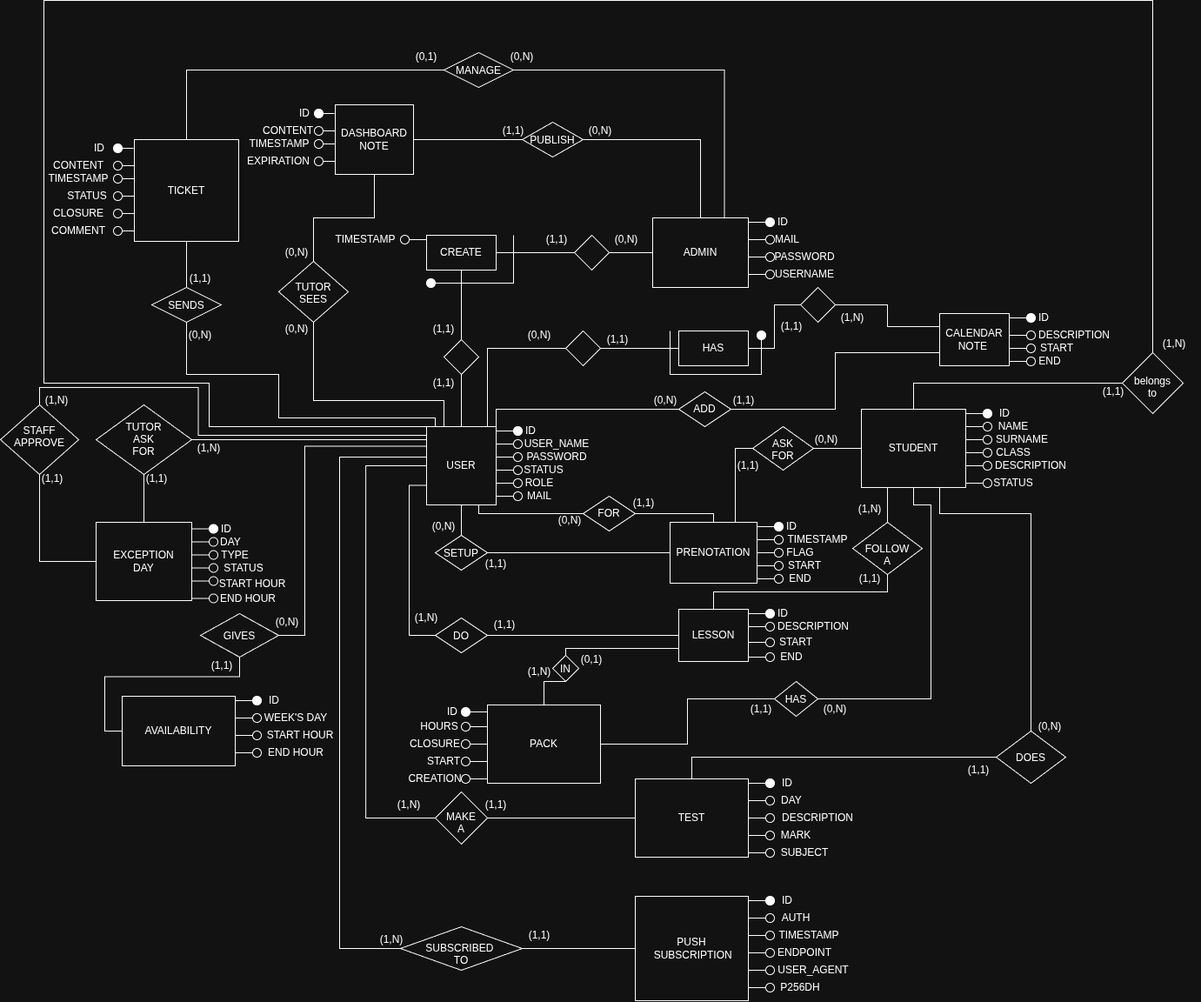
Above: docs/TUTORLY_Normal.png in SkennyCMD/Tutorly (draw.io), before the change. Source tidied: cells renumbered, new cells last; positions are measured from the earlier drawing's top-left corner, leaving out a move shared by most shapes.
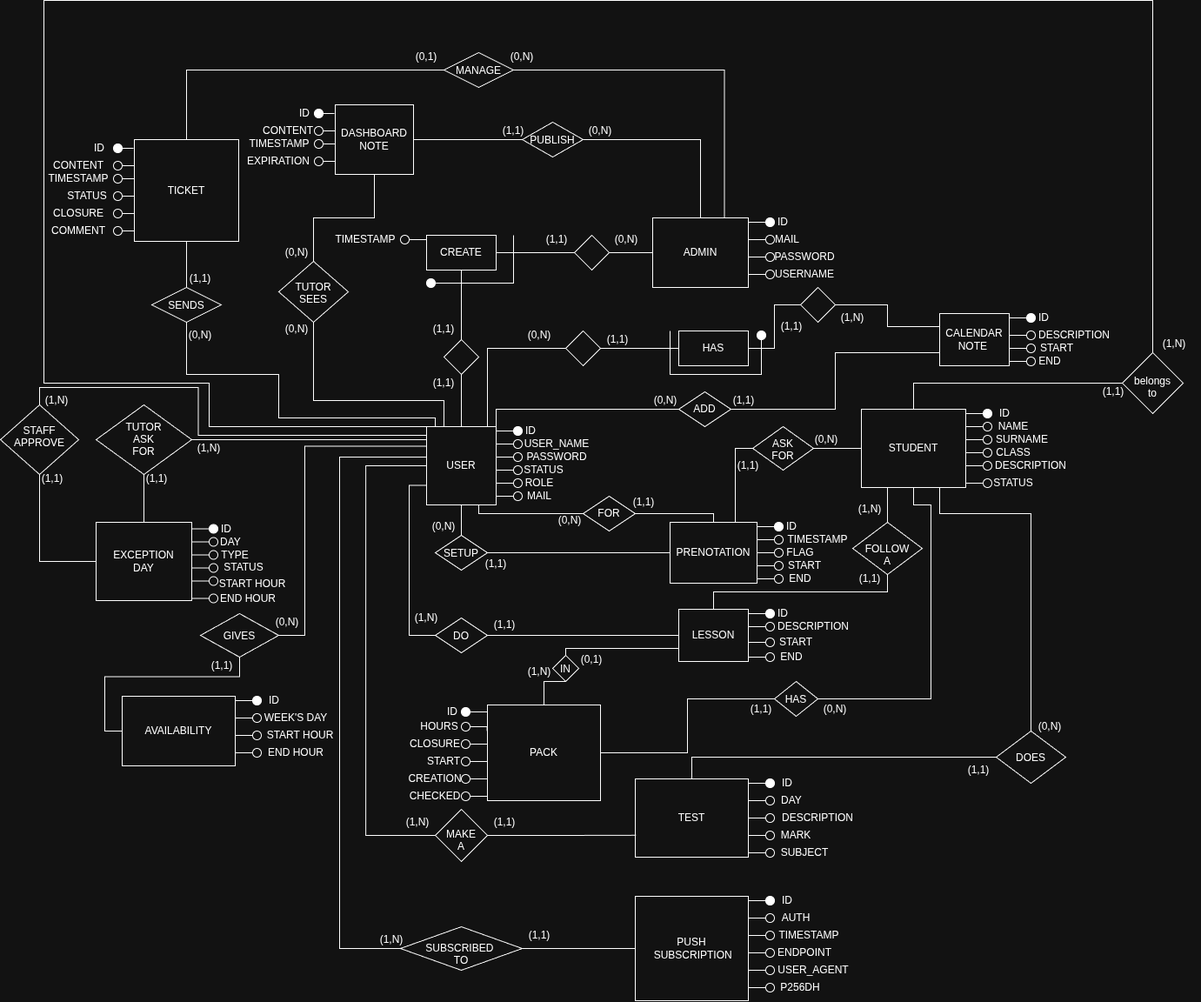
Above is the later version.

Commit message:
feat(db): add checked column to pack

Change to the diagram source:
```diff
@@ -38,7 +38,7 @@
       <mxGeometry x="-0.04" relative="1" as="geometry">
         <Array as="points">
           <mxPoint x="420.1" y="535" />
-          <mxPoint x="420.1" y="940" />
+          <mxPoint x="420.1" y="960" />
         </Array>
       </mxGeometry>
     </mxCell>
@@ -107,7 +107,7 @@
       <mxGeometry x="730" y="895" width="130" height="90" as="geometry" />
     </mxCell>
     <mxCell id="24" value="PACK" style="rounded=0;whiteSpace=wrap;html=1;" parent="1" vertex="1">
-      <mxGeometry x="560" y="810" width="130" height="90" as="geometry" />
+      <mxGeometry x="560" y="810" width="130" height="110" as="geometry" />
     </mxCell>
     <mxCell id="25" style="edgeStyle=orthogonalEdgeStyle;rounded=0;jettySize=auto;html=1;exitX=1;exitY=0.5;exitDx=0;exitDy=0;entryX=0;entryY=0.75;entryDx=0;entryDy=0;endArrow=none;endFill=0;" parent="1" edge="1" source="27" target="7">
       <mxGeometry relative="1" as="geometry" />
@@ -151,11 +151,11 @@
     <mxCell id="36" value="DO" style="rhombus;whiteSpace=wrap;html=1;shapeInside=1;" parent="1" vertex="1">
       <mxGeometry x="500" y="710" width="60" height="40" as="geometry" />
     </mxCell>
-    <mxCell id="37" style="edgeStyle=orthogonalEdgeStyle;rounded=0;jettySize=auto;html=1;exitX=1;exitY=0.5;exitDx=0;exitDy=0;entryX=0;entryY=0.5;entryDx=0;entryDy=0;endArrow=none;endFill=0;" parent="1" edge="1" source="38" target="23">
-      <mxGeometry relative="1" as="geometry" />
+    <mxCell id="37" style="edgeStyle=orthogonalEdgeStyle;rounded=0;jettySize=auto;html=1;exitX=1;exitY=0.5;exitDx=0;exitDy=0;entryX=0.007;entryY=0.72;entryDx=0;entryDy=0;endArrow=none;endFill=0;entryPerimeter=0;" parent="1" edge="1" source="38" target="23">
+      <mxGeometry x="-0.11" relative="1" as="geometry" />
     </mxCell>
     <mxCell id="38" value="MAKE A" style="rhombus;whiteSpace=wrap;html=1;shapeInside=1;" parent="1" vertex="1">
-      <mxGeometry x="500" y="910" width="60" height="60" as="geometry" />
+      <mxGeometry x="500" y="930" width="60" height="60" as="geometry" />
     </mxCell>
     <mxCell id="39" style="edgeStyle=orthogonalEdgeStyle;rounded=0;jettySize=auto;html=1;exitX=0.5;exitY=1;exitDx=0;exitDy=0;entryX=0.5;entryY=0;entryDx=0;entryDy=0;endArrow=none;endFill=0;" parent="1" edge="1" source="40" target="22">
       <mxGeometry relative="1" as="geometry" />
@@ -615,7 +615,7 @@
       <mxGeometry x="480" y="425" width="60" height="30" as="geometry" />
     </mxCell>
     <mxCell id="167" value="(1,1)" style="text;html=1;whiteSpace=wrap;strokeColor=none;fillColor=none;align=center;verticalAlign=middle;rounded=0;" parent="1" vertex="1">
-      <mxGeometry x="540" y="910" width="60" height="30" as="geometry" />
+      <mxGeometry x="550" y="930" width="60" height="30" as="geometry" />
     </mxCell>
     <mxCell id="168" style="edgeStyle=orthogonalEdgeStyle;rounded=0;jettySize=auto;html=1;exitX=1;exitY=0.5;exitDx=0;exitDy=0;entryX=0;entryY=0.5;entryDx=0;entryDy=0;endArrow=none;endFill=0;" parent="1" edge="1" source="36" target="22">
       <mxGeometry relative="1" as="geometry" />
@@ -847,7 +847,7 @@
       <mxGeometry x="310" y="700" width="40" height="30" as="geometry" />
     </mxCell>
     <mxCell id="235" value="(1,N)" style="text;html=1;whiteSpace=wrap;strokeColor=none;fillColor=none;align=center;verticalAlign=middle;rounded=0;" parent="1" vertex="1">
-      <mxGeometry x="440" y="910" width="60" height="30" as="geometry" />
+      <mxGeometry x="450" y="930" width="60" height="30" as="geometry" />
     </mxCell>
     <mxCell id="236" value="AVAILABILITY" style="rounded=0;whiteSpace=wrap;html=1;" parent="1" vertex="1">
       <mxGeometry x="140" y="800" width="130" height="80" as="geometry" />
@@ -1219,5 +1219,16 @@
     <mxCell id="334" value="(0&lt;span style=&quot;background-color: transparent; color: light-dark(rgb(0, 0, 0), rgb(255, 255, 255));&quot;&gt;,N)&lt;/span&gt;" style="text;html=1;whiteSpace=wrap;strokeColor=none;fillColor=none;align=center;verticalAlign=middle;rounded=0;" parent="1" vertex="1">
       <mxGeometry x="570" y="50" width="60" height="30" as="geometry" />
     </mxCell>
+    <mxCell id="335" style="edgeStyle=orthogonalEdgeStyle;rounded=0;jettySize=auto;html=1;exitX=1;exitY=0.5;exitDx=0;exitDy=0;entryX=0;entryY=0.5;entryDx=0;entryDy=0;endArrow=none;endFill=0;" parent="1" edge="1" source="336">
+      <mxGeometry relative="1" as="geometry">
+        <mxPoint x="560" y="915" as="targetPoint" />
+      </mxGeometry>
+    </mxCell>
+    <mxCell id="336" style="ellipse;whiteSpace=wrap;html=1;shapeInside=1;" parent="1" vertex="1">
+      <mxGeometry x="530" y="910" width="10" height="10" as="geometry" />
+    </mxCell>
+    <mxCell id="337" value="CHECKED" style="text;html=1;whiteSpace=wrap;strokeColor=none;fillColor=none;align=center;verticalAlign=middle;rounded=0;" parent="1" vertex="1">
+      <mxGeometry x="470" y="900" width="60" height="30" as="geometry" />
+    </mxCell>
   </root>
 </mxGraphModel>
```
